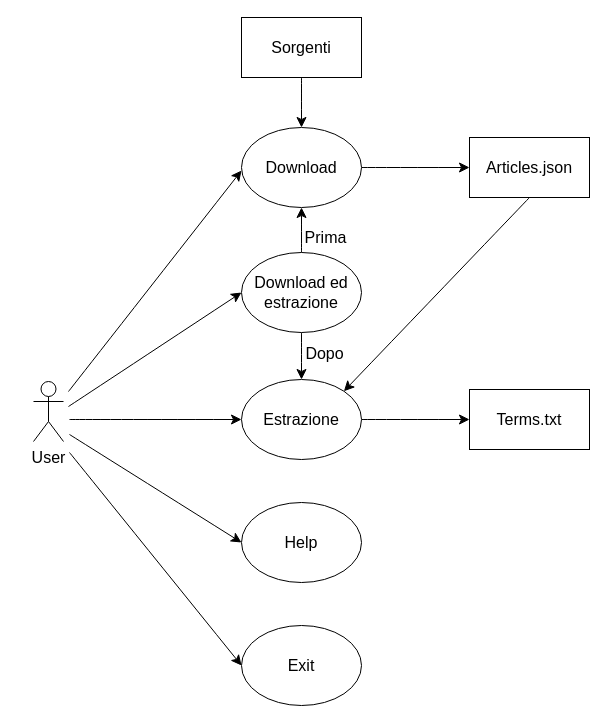
Before: Documenti e diagrammi/doc/DiagrammaCasiUso.drawio in MaTo01/WebMiningProject, a draw.io diagram. Source tidied: cells renumbered, new cells numbered last; positions are measured from the earlier drawing's top-left corner, leaving out a move shared by most shapes. Both pictures are drawn from the tidied source at 100%, with x=0, y=0 at pixel (33, 17).
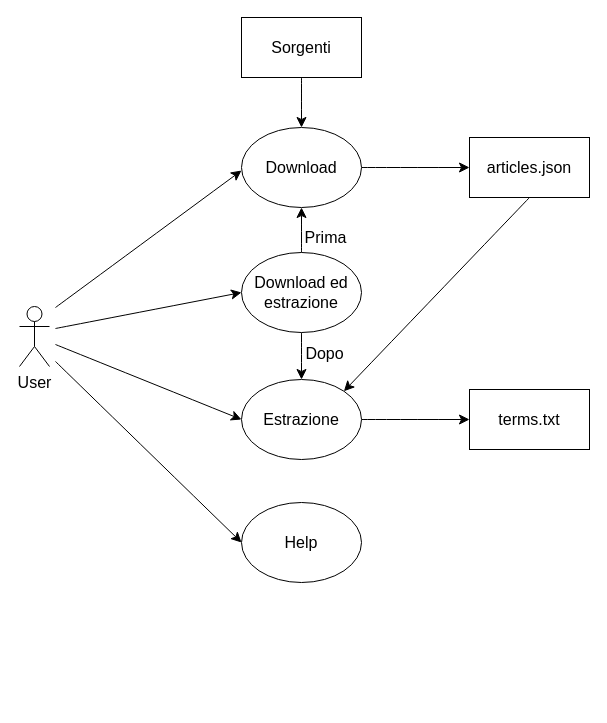
The same diagram, later.

Commit message:
diagramma casi d'uso

Unchanged cells that the change refers to:
```xml
<mxCell id="4" value="Download" style="ellipse;whiteSpace=wrap;html=1;fontSize=16;" parent="1" vertex="1">
  <mxGeometry x="208" y="110" width="120" height="80" as="geometry" />
</mxCell>
<mxCell id="8" value="Download ed estrazione" style="ellipse;whiteSpace=wrap;html=1;fontSize=16;" parent="1" vertex="1">
  <mxGeometry x="208" y="235" width="120" height="80" as="geometry" />
</mxCell>
<mxCell id="10" value="Estrazione" style="ellipse;whiteSpace=wrap;html=1;fontSize=16;" parent="1" vertex="1">
  <mxGeometry x="208" y="362" width="120" height="80" as="geometry" />
</mxCell>
<mxCell id="11" value="Help" style="ellipse;whiteSpace=wrap;html=1;fontSize=16;" parent="1" vertex="1">
  <mxGeometry x="208" y="485" width="120" height="80" as="geometry" />
</mxCell>
```

The edit, as a diff of the source:
```diff
@@
     <mxCell id="2" value="User" style="shape=umlActor;verticalLabelPosition=bottom;verticalAlign=top;html=1;fontSize=16;" parent="1" vertex="1">
-      <mxGeometry y="364" width="30" height="60" as="geometry" />
+      <mxGeometry x="-14" y="289" width="30" height="60" as="geometry" />
     </mxCell>
@@
     <mxCell id="12" style="endArrow=classic;html=1;rounded=0;fontSize=12;startSize=8;endSize=8;curved=1;entryX=0;entryY=0.538;entryDx=0;entryDy=0;entryPerimeter=0;" parent="1" edge="1" target="4">
       <mxGeometry relative="1" as="geometry">
-        <mxPoint x="35" y="374" as="sourcePoint" />
+        <mxPoint x="22" y="290" as="sourcePoint" />
       </mxGeometry>
     </mxCell>
     <mxCell id="13" style="endArrow=classic;html=1;rounded=0;fontSize=12;startSize=8;endSize=8;curved=1;entryX=0;entryY=0.5;entryDx=0;entryDy=0;" parent="1" edge="1" target="8">
       <mxGeometry relative="1" as="geometry">
-        <mxPoint x="35" y="389" as="sourcePoint" />
+        <mxPoint x="22" y="311" as="sourcePoint" />
       </mxGeometry>
     </mxCell>
     <mxCell id="14" style="endArrow=classic;html=1;rounded=0;fontSize=12;startSize=8;endSize=8;curved=1;entryX=0;entryY=0.5;entryDx=0;entryDy=0;" parent="1" edge="1" target="10">
       <mxGeometry relative="1" as="geometry">
-        <mxPoint x="36" y="402" as="sourcePoint" />
+        <mxPoint x="22" y="327" as="sourcePoint" />
       </mxGeometry>
     </mxCell>
     <mxCell id="15" style="endArrow=classic;html=1;rounded=0;fontSize=12;startSize=8;endSize=8;curved=1;entryX=0;entryY=0.5;entryDx=0;entryDy=0;" parent="1" edge="1" target="11">
       <mxGeometry relative="1" as="geometry">
-        <mxPoint x="36" y="417" as="sourcePoint" />
+        <mxPoint x="22" y="344" as="sourcePoint" />
       </mxGeometry>
     </mxCell>
@@
-    <mxCell id="19" value="Articles.json" style="rounded=0;whiteSpace=wrap;html=1;fontSize=16;" parent="1" vertex="1">
+    <mxCell id="19" value="articles.json" style="rounded=0;whiteSpace=wrap;html=1;fontSize=16;" parent="1" vertex="1">
       <mxGeometry x="436" y="120" width="120" height="60" as="geometry" />
     </mxCell>
-    <mxCell id="20" value="&lt;div&gt;Terms.txt&lt;/div&gt;" style="rounded=0;whiteSpace=wrap;html=1;fontSize=16;" parent="1" vertex="1">
+    <mxCell id="20" value="&lt;div&gt;terms.txt&lt;/div&gt;" style="rounded=0;whiteSpace=wrap;html=1;fontSize=16;" parent="1" vertex="1">
       <mxGeometry x="436" y="372" width="120" height="60" as="geometry" />
     </mxCell>
@@
-    <mxCell id="23" value="Exit" style="ellipse;whiteSpace=wrap;html=1;fontSize=16;" parent="1" vertex="1">
-      <mxGeometry x="208" y="608" width="120" height="80" as="geometry" />
-    </mxCell>
-    <mxCell id="24" style="endArrow=classic;html=1;rounded=0;fontSize=12;startSize=8;endSize=8;curved=1;entryX=0;entryY=0.5;entryDx=0;entryDy=0;" parent="1" edge="1" target="23">
-      <mxGeometry relative="1" as="geometry">
-        <mxPoint x="36" y="435" as="sourcePoint" />
-      </mxGeometry>
-    </mxCell>
```
